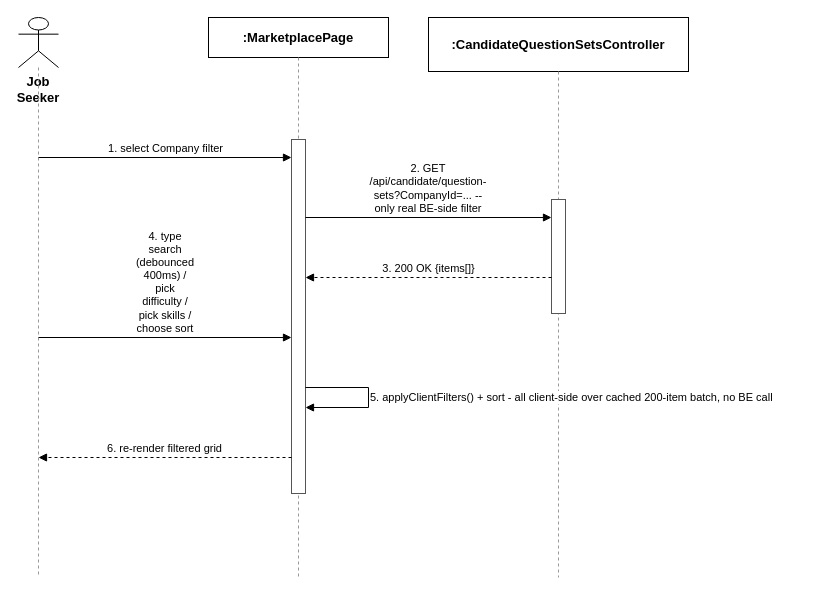
tulklk/AI_Interview_Question_Generation_RAG_LLM_FE keeps this draw.io diagram as docs/qa/Tu_SequenceDiagram/02_Search_and_Filter_Question_Sets.drawio. Above is the earlier version. Source tidied: cells renumbered, new cells numbered last; positions are measured from the earlier drawing's top-left corner, leaving out a move shared by most shapes. Both pictures are drawn from the tidied source at 100%, with x=0, y=0 at pixel (18, 17).
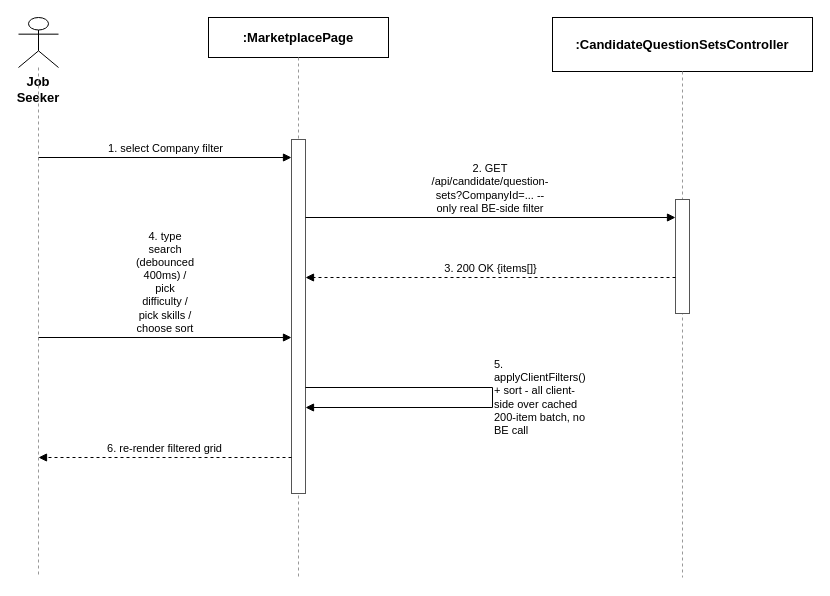
After the change.

What changed in the source:
```diff
@@
     <mxCell id="6" value=":CandidateQuestionSetsController" style="rounded=0;whiteSpace=wrap;html=1;fontSize=13;fillColor=#ffffff;strokeColor=#000000;fontStyle=1;" parent="1" vertex="1">
-      <mxGeometry x="410" width="260" height="54" as="geometry" />
+      <mxGeometry x="534" width="260" height="54" as="geometry" />
     </mxCell>
     <mxCell id="7" style="endArrow=none;dashed=1;html=1;strokeColor=#999999;" parent="1" edge="1">
       <mxGeometry relative="1" as="geometry">
-        <mxPoint x="540" y="54" as="sourcePoint" />
-        <mxPoint x="540" y="560" as="targetPoint" />
+        <mxPoint x="664" y="54" as="sourcePoint" />
+        <mxPoint x="664" y="560" as="targetPoint" />
       </mxGeometry>
     </mxCell>
@@
     <mxCell id="9" style="rounded=0;whiteSpace=wrap;html=1;fillColor=#ffffff;strokeColor=#555555;" parent="1" vertex="1">
-      <mxGeometry x="533" y="182" width="14" height="114" as="geometry" />
+      <mxGeometry x="657" y="182" width="14" height="114" as="geometry" />
     </mxCell>
@@
     <mxCell id="11" value="2. GET /api/candidate/question-sets?CompanyId=...  -- only real BE-side filter" style="endArrow=block;endFill=1;html=1;whiteSpace=wrap;fontSize=11;align=center;verticalAlign=bottom;labelBackgroundColor=#ffffff;strokeColor=#000000;" parent="1" edge="1">
       <mxGeometry relative="1" as="geometry">
         <mxPoint x="287" y="200" as="sourcePoint" />
-        <mxPoint x="533" y="200" as="targetPoint" />
+        <mxPoint x="657" y="200" as="targetPoint" />
       </mxGeometry>
     </mxCell>
     <mxCell id="12" value="3. 200 OK {items[]}" style="endArrow=block;endFill=1;html=1;dashed=1;fontSize=11;align=center;verticalAlign=bottom;labelBackgroundColor=#ffffff;strokeColor=#000000;" parent="1" edge="1">
       <mxGeometry relative="1" as="geometry">
-        <mxPoint x="533" y="260" as="sourcePoint" />
+        <mxPoint x="657" y="260" as="sourcePoint" />
         <mxPoint x="287" y="260" as="targetPoint" />
       </mxGeometry>
     </mxCell>
@@
-    <mxCell id="14" value="5. applyClientFilters() + sort - all client-side over cached 200-item batch, no BE call" style="endArrow=block;endFill=1;html=1;fontSize=11;align=left;verticalAlign=middle;labelBackgroundColor=#ffffff;rounded=0;strokeColor=#000000;" parent="1" edge="1">
+    <mxCell id="14" value="5. applyClientFilters() + sort - all client-side over cached 200-item batch, no BE call" style="endArrow=block;endFill=1;html=1;whiteSpace=wrap;fontSize=11;align=left;verticalAlign=middle;labelBackgroundColor=#ffffff;rounded=0;strokeColor=#000000;" parent="1" edge="1">
       <mxGeometry relative="1" as="geometry">
         <mxPoint x="287" y="370" as="sourcePoint" />
         <mxPoint x="287" y="390" as="targetPoint" />
         <Array as="points">
-          <mxPoint x="350" y="370" />
-          <mxPoint x="350" y="390" />
+          <mxPoint x="474" y="370" />
+          <mxPoint x="474" y="390" />
         </Array>
       </mxGeometry>
     </mxCell>
```
